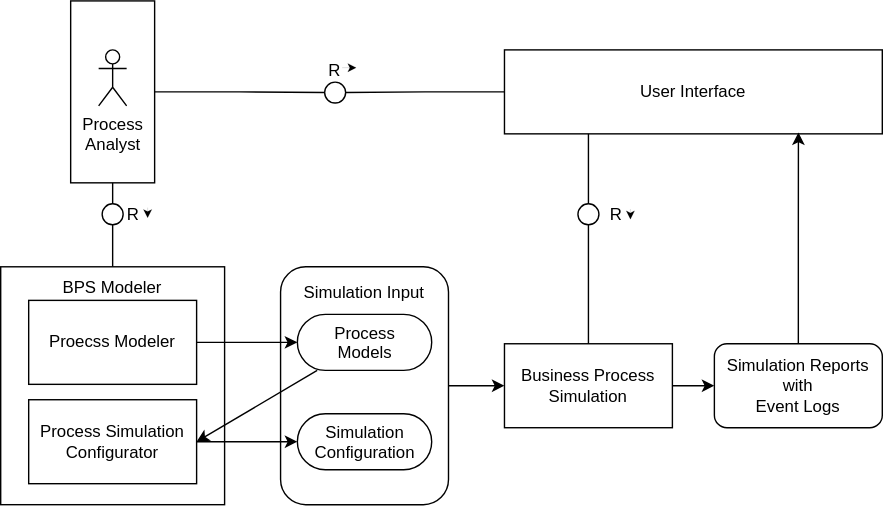
This is simulation_component.svg from fyndalf/master-thesis, a draw.io export, as it was before one commit. Source tidied: cells renumbered, new cells last; positions are measured from the earlier drawing's top-left corner, leaving out a move shared by most shapes.
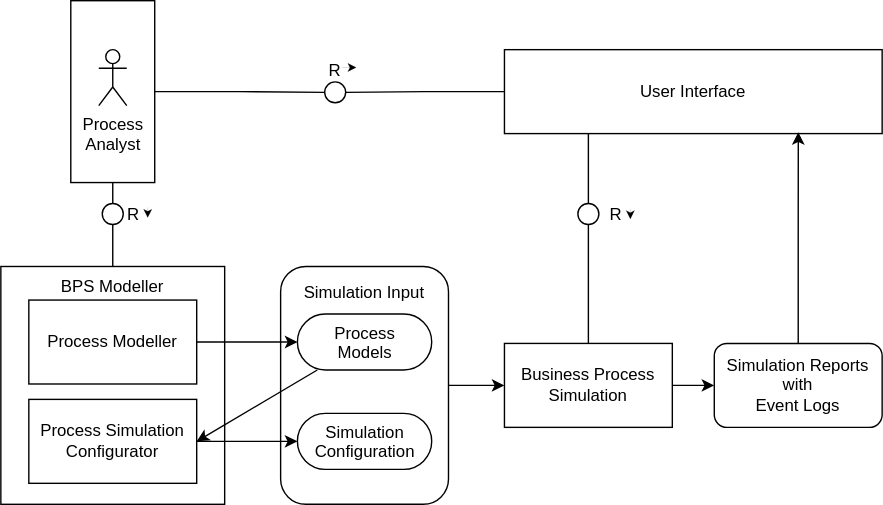
After the commit.

Change to the diagram source:
```diff
@@ -23,13 +23,13 @@
     <mxCell id="8" value="User Interface" style="rounded=0;whiteSpace=wrap;html=1;" parent="1" vertex="1">
       <mxGeometry x="360" y="35" width="270" height="60" as="geometry" />
     </mxCell>
-    <mxCell id="9" value="&lt;div&gt;Proecss Modeler&lt;/div&gt;" style="rounded=0;whiteSpace=wrap;html=1;" parent="1" vertex="1">
+    <mxCell id="9" value="&lt;div&gt;Process Modeller&lt;/div&gt;" style="rounded=0;whiteSpace=wrap;html=1;" parent="1" vertex="1">
       <mxGeometry x="20" y="214" width="120" height="60" as="geometry" />
     </mxCell>
     <mxCell id="10" value="Process Simulation&lt;br&gt;Configurator" style="rounded=0;whiteSpace=wrap;html=1;" parent="1" vertex="1">
       <mxGeometry x="20" y="285" width="120" height="60" as="geometry" />
     </mxCell>
-    <mxCell id="11" value="&lt;div&gt;BPS Modeler&lt;/div&gt;" style="text;html=1;strokeColor=none;fillColor=none;align=center;verticalAlign=middle;whiteSpace=wrap;rounded=0;" parent="1" vertex="1">
+    <mxCell id="11" value="&lt;div&gt;BPS Modeller&lt;/div&gt;" style="text;html=1;strokeColor=none;fillColor=none;align=center;verticalAlign=middle;whiteSpace=wrap;rounded=0;" parent="1" vertex="1">
       <mxGeometry x="20" y="190" width="120" height="30" as="geometry" />
     </mxCell>
     <mxCell id="12" style="edgeStyle=none;rounded=0;jettySize=auto;html=1;entryX=0;entryY=0.5;entryDx=0;entryDy=0;startArrow=none;startFill=0;endArrow=classic;endFill=1;" parent="1" edge="1" source="13" target="20">
```
